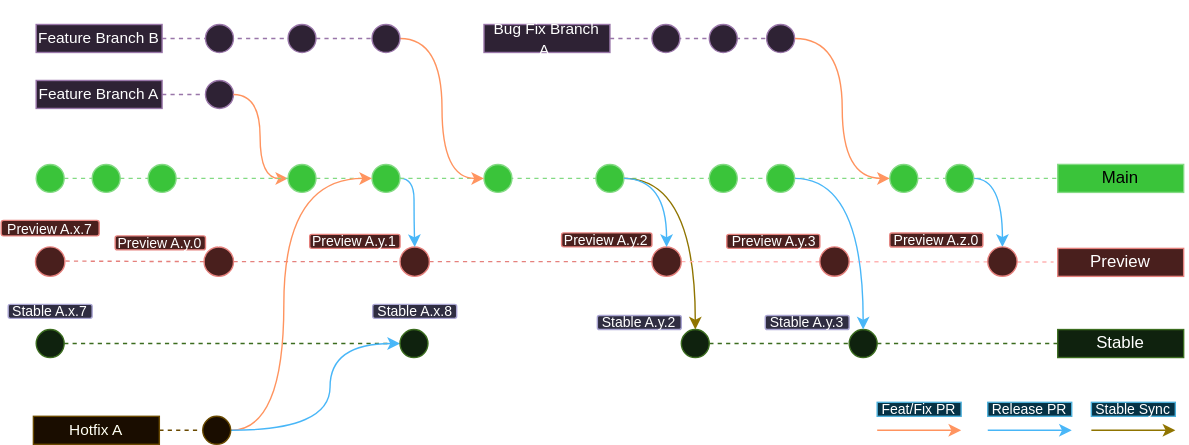
CollapseLauncher/documentation keeps this draw.io diagram as home/public/img/docs/Collapse-gitScheme.svg. Above is the earlier version. Source tidied: cells renumbered, new cells last; positions are measured from the earlier drawing's top-left corner, leaving out a move shared by most shapes.
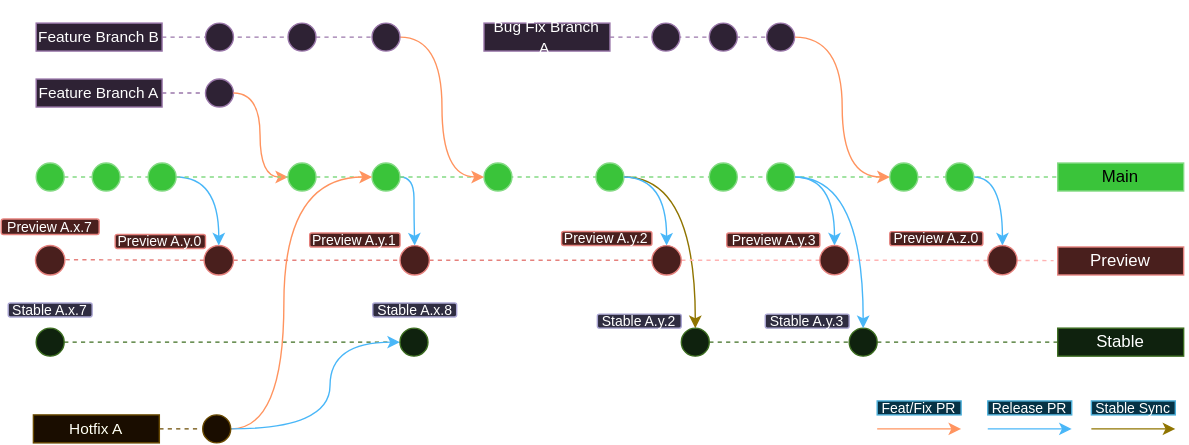
Later version of the same file.

Commit message:
Fix wrong arrow lines in git flow scheme

The edit, as a diff of the source:
```diff
@@ -55,7 +55,7 @@
     <mxCell id="18" value="&lt;div style=&quot;&quot;&gt;&lt;br&gt;&lt;/div&gt;" style="ellipse;whiteSpace=wrap;html=1;fillColor=#008a00;strokeColor=#005700;fontStyle=1;labelPosition=center;verticalLabelPosition=top;align=center;verticalAlign=bottom;fontColor=#ffffff;" parent="1" vertex="1">
       <mxGeometry x="65" y="100" width="20" height="20" as="geometry" />
     </mxCell>
-    <mxCell id="19" style="edgeStyle=orthogonalEdgeStyle;rounded=0;jettySize=auto;html=1;exitX=1;exitY=0.5;exitDx=0;exitDy=0;entryX=0.5;entryY=0;entryDx=0;entryDy=0;curved=1;" parent="1" edge="1" source="20" target="7">
+    <mxCell id="19" style="edgeStyle=orthogonalEdgeStyle;rounded=0;jettySize=auto;html=1;exitX=1;exitY=0.5;exitDx=0;exitDy=0;entryX=0.5;entryY=0;entryDx=0;entryDy=0;curved=1;fillColor=#1ba1e2;strokeColor=#006EAF;" parent="1" edge="1" source="20" target="7">
       <mxGeometry relative="1" as="geometry" />
     </mxCell>
     <mxCell id="20" value="&lt;div style=&quot;&quot;&gt;&lt;br&gt;&lt;/div&gt;" style="ellipse;whiteSpace=wrap;html=1;fillColor=#008a00;strokeColor=#005700;fontStyle=1;labelPosition=center;verticalLabelPosition=top;align=center;verticalAlign=bottom;fontColor=#ffffff;" parent="1" vertex="1">
@@ -207,7 +207,7 @@
     <mxCell id="58" value="&lt;div style=&quot;&quot;&gt;&lt;br&gt;&lt;/div&gt;" style="ellipse;whiteSpace=wrap;html=1;fillColor=#008a00;strokeColor=#005700;fontStyle=1;labelPosition=center;verticalLabelPosition=top;align=center;verticalAlign=bottom;fontColor=#ffffff;" parent="1" vertex="1">
       <mxGeometry x="506" y="100" width="20" height="20" as="geometry" />
     </mxCell>
-    <mxCell id="59" style="edgeStyle=orthogonalEdgeStyle;rounded=0;jettySize=auto;html=1;exitX=1;exitY=0.5;exitDx=0;exitDy=0;entryX=0.5;entryY=0;entryDx=0;entryDy=0;curved=1;" parent="1" edge="1" source="61" target="62">
+    <mxCell id="59" style="edgeStyle=orthogonalEdgeStyle;rounded=0;jettySize=auto;html=1;exitX=1;exitY=0.5;exitDx=0;exitDy=0;entryX=0.5;entryY=0;entryDx=0;entryDy=0;curved=1;fillColor=#1ba1e2;strokeColor=#006EAF;" parent="1" edge="1" source="61" target="62">
       <mxGeometry relative="1" as="geometry" />
     </mxCell>
     <mxCell id="60" style="edgeStyle=orthogonalEdgeStyle;rounded=0;jettySize=auto;html=1;exitX=1;exitY=0.5;exitDx=0;exitDy=0;entryX=0.5;entryY=0;entryDx=0;entryDy=0;curved=1;fillColor=#1ba1e2;strokeColor=#006EAF;" parent="1" edge="1" source="61" target="16">
```
